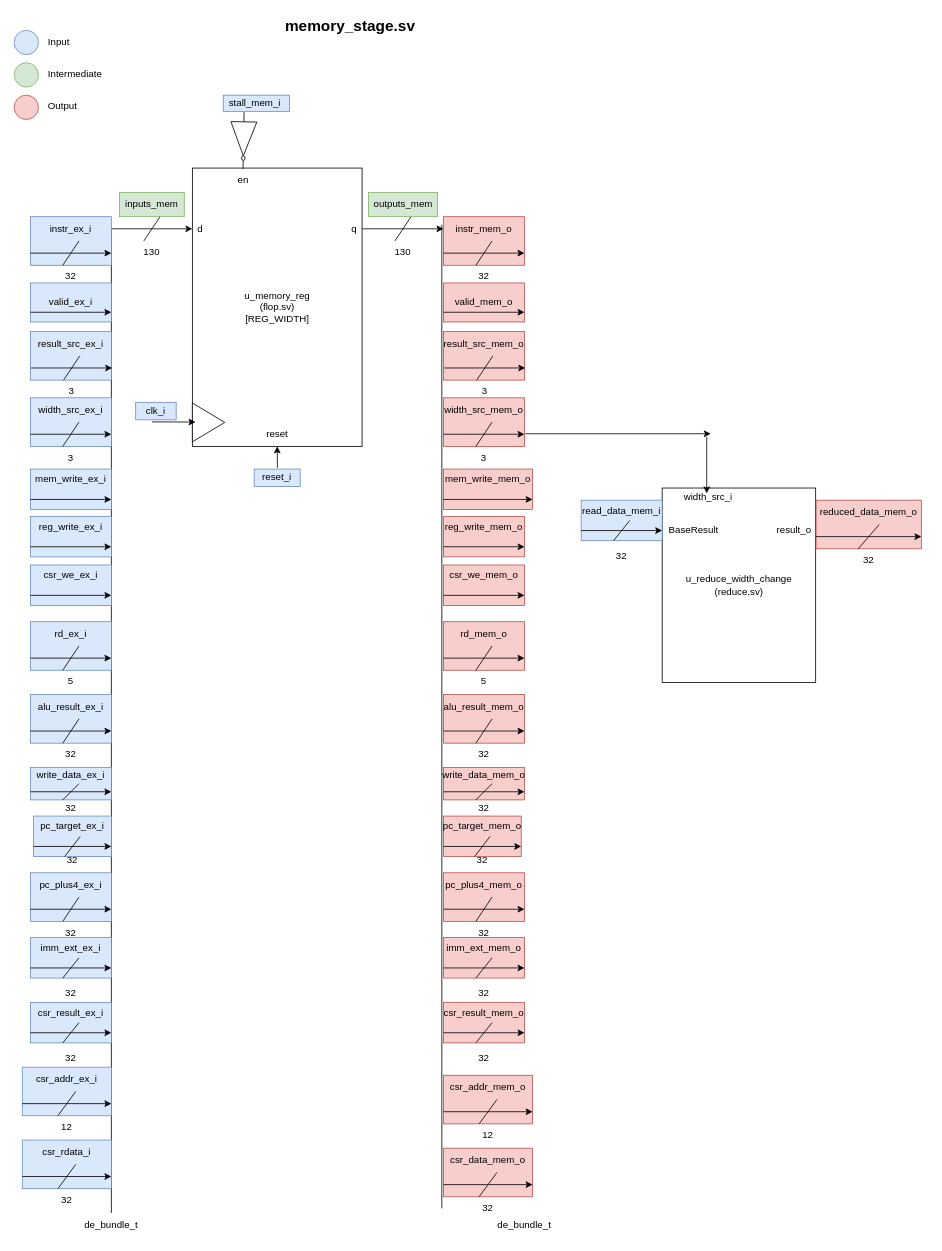
patrick-adrian/riscv-pipelined-cpu keeps this draw.io diagram as page "memory" (2 of 6) of risc_top/pipelined_riscv_core/data_path/datapath.drawio. Above is the earlier version. Source tidied: cells renumbered, new cells numbered last; positions are measured from the earlier drawing's top-left corner, leaving out a move shared by most shapes. Both pictures are drawn from the tidied source at 81%, with x=0, y=0 at pixel (14, 14).
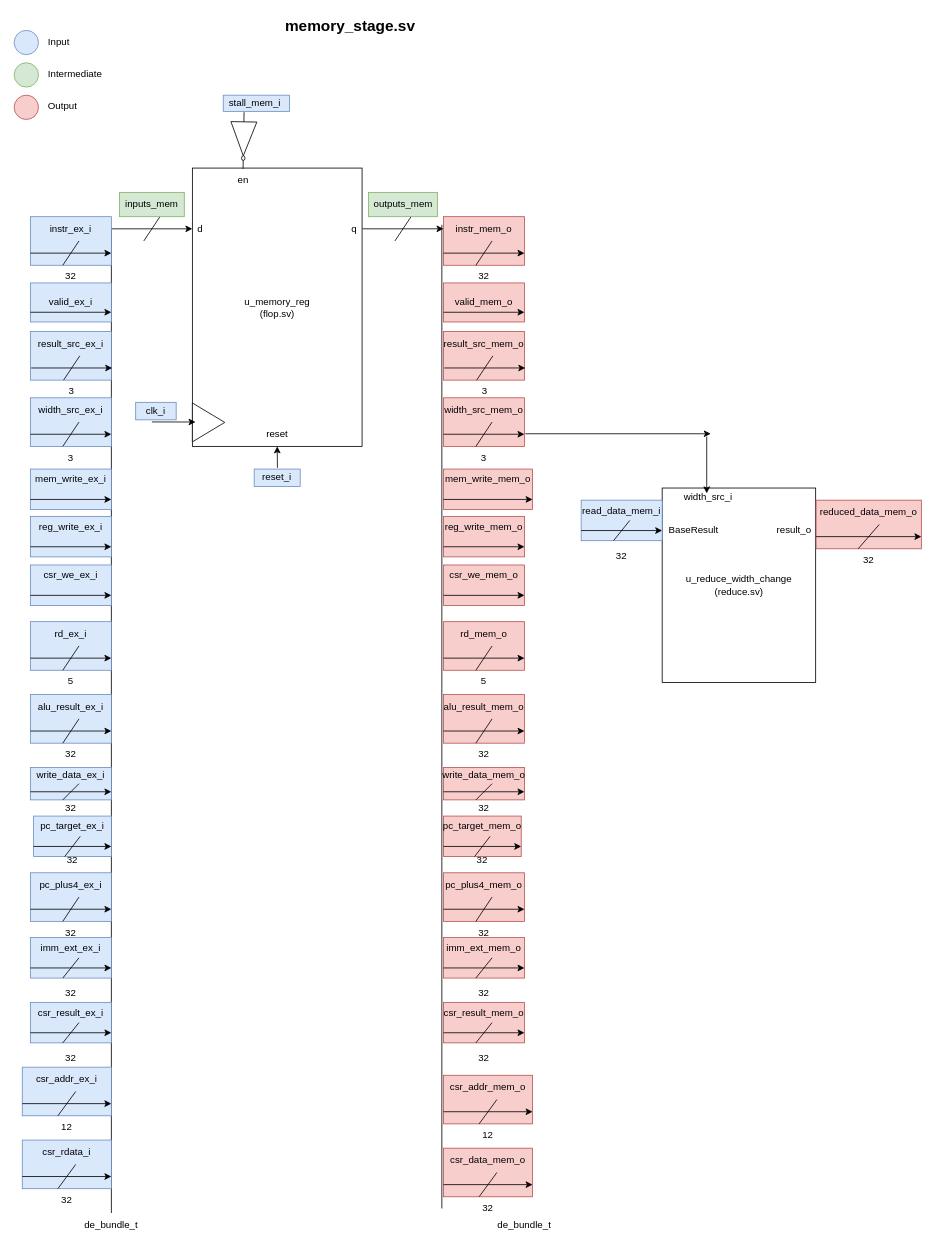
After the change.

Unchanged cells that the change refers to:
```xml
<mxCell id="3" style="group;" parent="1" vertex="1">
  <mxGeometry x="120" y="220" width="100" height="60" as="geometry" />
</mxCell>
<mxCell id="12" style="group;" parent="1" vertex="1">
  <mxGeometry x="430" y="220" width="100" height="60" as="geometry" />
</mxCell>
```

The edit, as a diff of the source:
```diff
@@
-    <mxCell id="2" value="u_memory_reg&lt;div&gt;(flop.sv)&lt;/div&gt;&lt;div&gt;[REG_WIDTH&lt;span style=&quot;background-color: transparent; color: light-dark(rgb(0, 0, 0), rgb(255, 255, 255));&quot;&gt;]&lt;/span&gt;&lt;/div&gt;" style="whiteSpace=wrap;html=1;" parent="1" vertex="1">
+    <mxCell id="2" value="u_memory_reg&lt;div&gt;(flop.sv)&lt;/div&gt;" style="whiteSpace=wrap;html=1;" parent="1" vertex="1">
       <mxGeometry x="220" y="190" width="209.5" height="343.6" as="geometry" />
     </mxCell>
@@
-    <mxCell id="4" value="&#10;&#10;130" style="group;spacingTop=2;spacingBottom=0;" parent="3" vertex="1">
+    <mxCell id="4" style="group;spacingTop=2;spacingBottom=0;" parent="3" vertex="1">
       <mxGeometry y="30" width="100" height="30" as="geometry" />
     </mxCell>
@@
-    <mxCell id="13" value="&#10;&#10;130" style="group;spacingTop=2;spacingBottom=0;" parent="12" vertex="1">
+    <mxCell id="13" style="group;spacingTop=2;spacingBottom=0;" parent="12" vertex="1">
       <mxGeometry y="30" width="100" height="30" as="geometry" />
     </mxCell>
```
